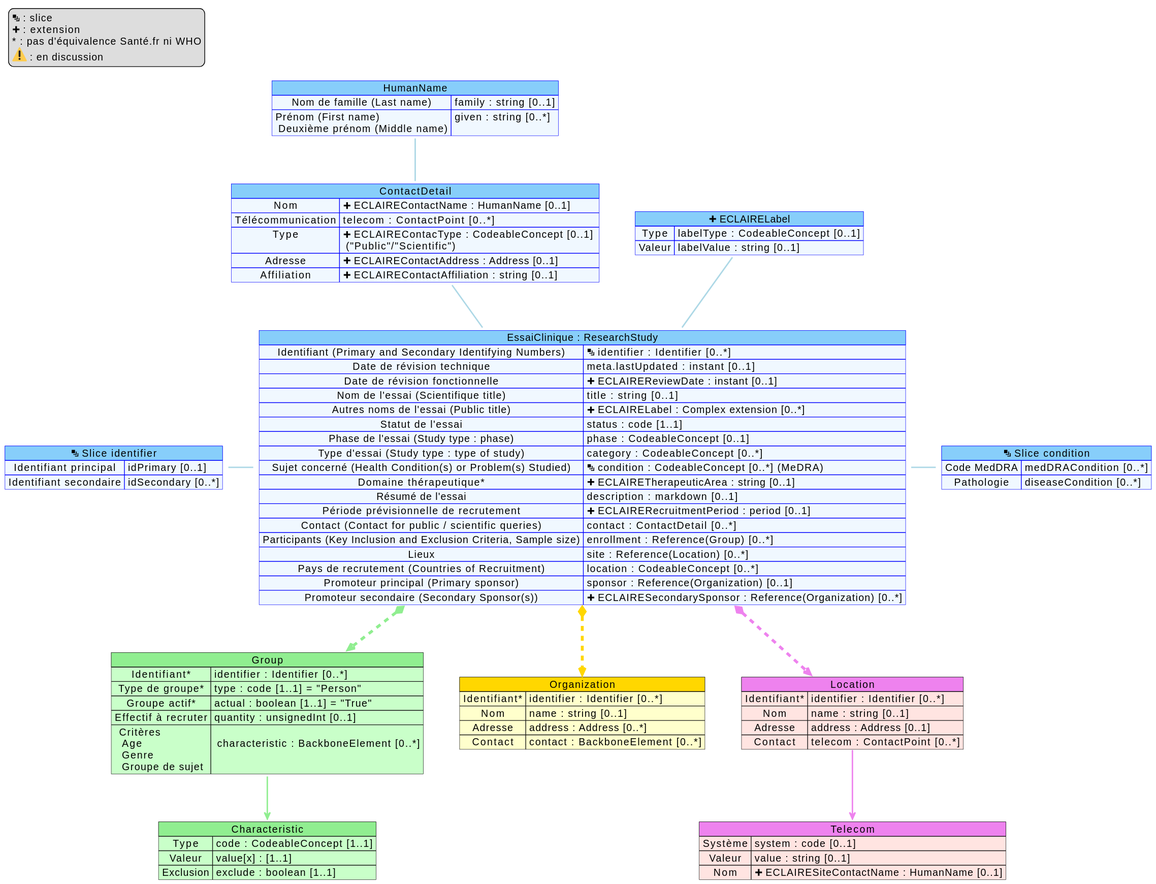
Earlier version of the PlantUML export input/images/mappingResearchStudy.svg (ansforge/essais-cliniques).
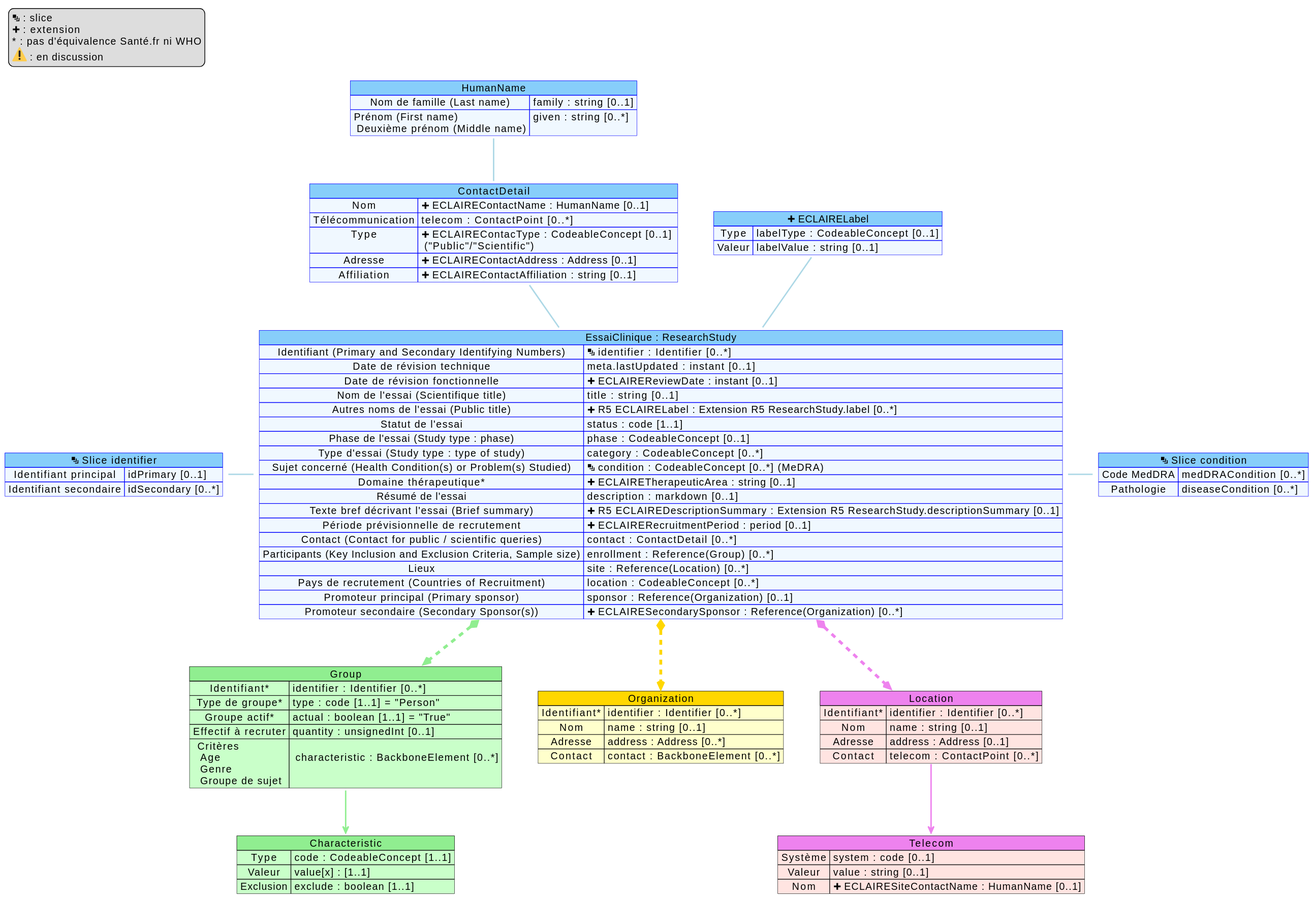
Above is the later version.

Commit message:
Maj mapping descriptionSummary

What changed in the source:
```diff
@@ -67,13 +67,14 @@
     Date de révision technique => meta.lastUpdated : instant [0..1]
     Date de révision fonctionnelle => <&plus> ECLAIREReviewDate : instant [0..1]
     Nom de l'essai (Scientifique title) => title : string [0..1]
-    Autres noms de l'essai (Public title) => <&plus> ECLAIRELabel : Complex extension [0..*]
+    Autres noms de l'essai (Public title) => <&plus> R5 ECLAIRELabel : Extension R5 ResearchStudy.label [0..*]
     Statut de l'essai => status : code [1..1]
     Phase de l'essai (Study type : phase) => phase : CodeableConcept [0..1]
     Type d'essai (Study type : type of study) => category : CodeableConcept [0..*]
     Sujet concerné (Health Condition(s) or Problem(s) Studied) => <&layers> condition : CodeableConcept [0..*] (MeDRA)
     Domaine thérapeutique* => <&plus> ECLAIRETherapeuticArea : string [0..1]
     Résumé de l'essai => description : markdown [0..1]
+    Texte bref décrivant l'essai (Brief summary) => <&plus> R5 ECLAIREDescriptionSummary : Extension R5 ResearchStudy.descriptionSummary [0..1]
     Période prévisionnelle de recrutement => <&plus> ECLAIRERecruitmentPeriod : period [0..1]
     Contact (Contact for public / scientific queries) => contact : ContactDetail [0..*]
     Participants (Key Inclusion and Exclusion Criteria, Sample size) => enrollment : Reference(Group) [0..*]
```
